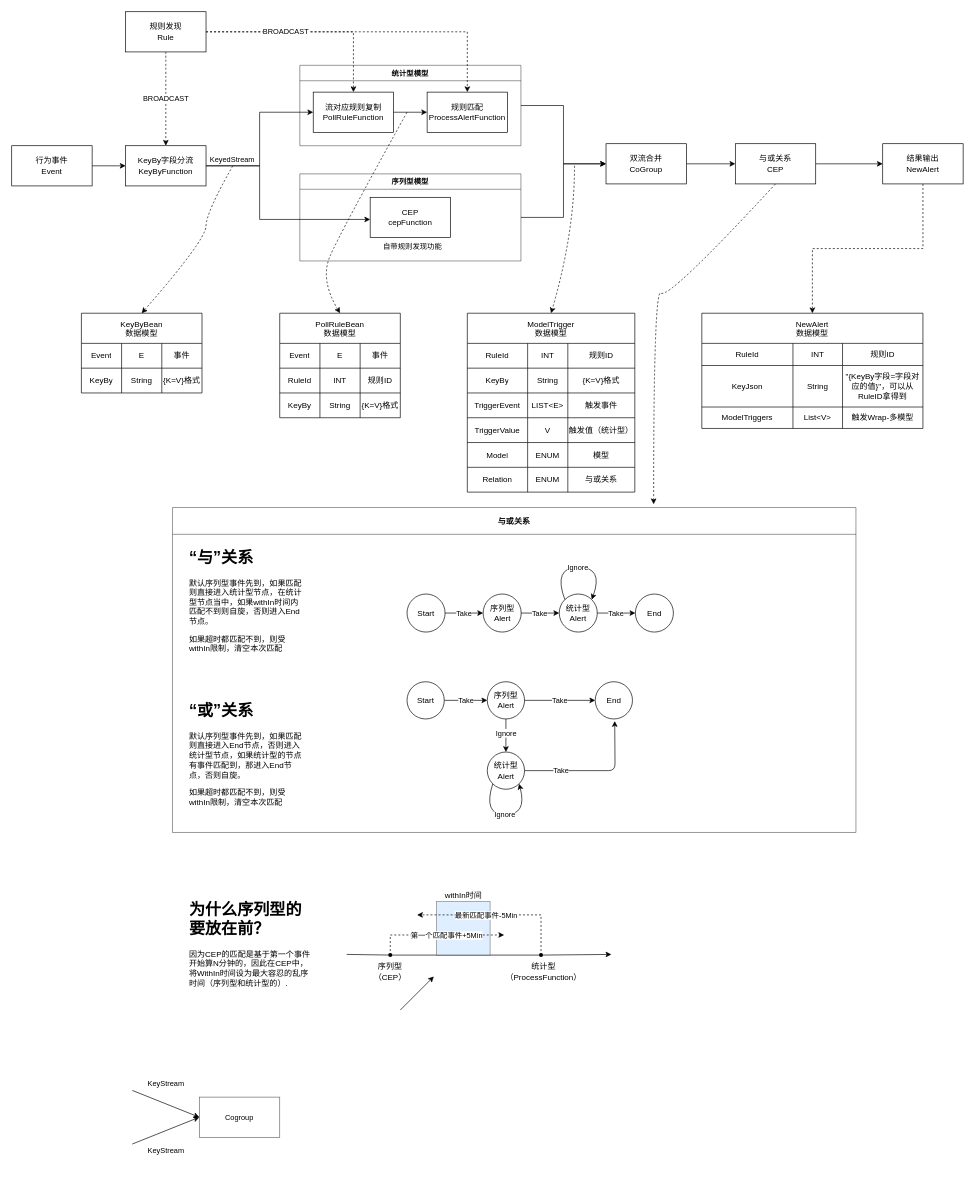
Before: cep.drawio in pengmide/draw, a draw.io diagram. Source tidied: cells renumbered, new cells numbered last; positions are measured from the earlier drawing's top-left corner, leaving out a move shared by most shapes. Both pictures are drawn from the tidied source at 67%, with x=0, y=0 at pixel (11, 11).
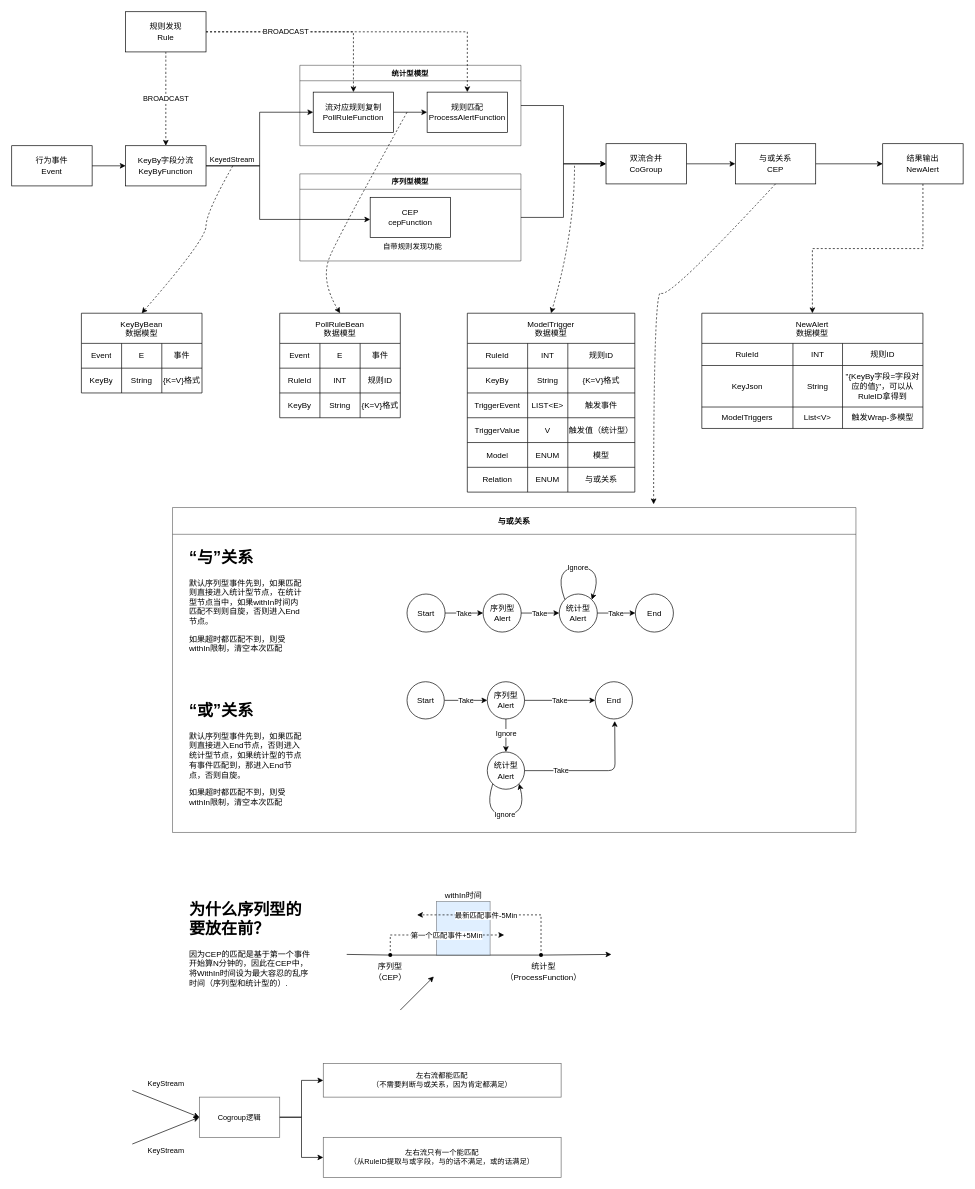
After the change.

Change to the diagram source:
```diff
@@
+    <mxCell id="141" style="edgeStyle=orthogonalEdgeStyle;rounded=0;sketch=0;jettySize=auto;html=1;labelBackgroundColor=default;fontFamily=Helvetica;fontSize=11;fontColor=default;endArrow=classic;strokeColor=default;" parent="1" edge="1" source="135" target="143">
+      <mxGeometry relative="1" as="geometry" />
+    </mxCell>
+    <mxCell id="142" style="edgeStyle=orthogonalEdgeStyle;rounded=0;sketch=0;jettySize=auto;html=1;labelBackgroundColor=default;fontFamily=Helvetica;fontSize=11;fontColor=default;endArrow=classic;strokeColor=default;" parent="1" edge="1" source="135" target="144">
+      <mxGeometry relative="1" as="geometry" />
+    </mxCell>
-    <mxCell id="135" value="Cogroup" style="rounded=0;whiteSpace=wrap;html=1;shadow=0;glass=0;labelBackgroundColor=none;labelBorderColor=none;comic=0;sketch=0;fontFamily=Helvetica;fontSize=11;fontColor=default;fillColor=none;opacity=60;" parent="1" vertex="1">
+    <mxCell id="135" value="Cogroup逻辑" style="rounded=0;whiteSpace=wrap;html=1;shadow=0;glass=0;labelBackgroundColor=none;labelBorderColor=none;comic=0;sketch=0;fontFamily=Helvetica;fontSize=11;fontColor=default;fillColor=none;opacity=60;" parent="1" vertex="1">
       <mxGeometry x="280" y="1620" width="120" height="60" as="geometry" />
     </mxCell>
@@
+    <mxCell id="143" value="左右流都能匹配&lt;br&gt;（不需要判断与或关系，因为肯定都满足）" style="rounded=0;whiteSpace=wrap;html=1;shadow=0;glass=0;labelBackgroundColor=none;labelBorderColor=none;comic=0;sketch=0;fontFamily=Helvetica;fontSize=11;fontColor=default;fillColor=none;opacity=60;" parent="1" vertex="1">
+      <mxGeometry x="465" y="1570" width="355" height="50" as="geometry" />
+    </mxCell>
+    <mxCell id="144" value="左右流只有一个能匹配&lt;br&gt;（从RuleID提取与或字段，与的话不满足，或的话满足）" style="whiteSpace=wrap;html=1;fontSize=11;fillColor=none;rounded=0;shadow=0;glass=0;labelBackgroundColor=none;labelBorderColor=none;comic=0;sketch=0;opacity=60;" parent="1" vertex="1">
+      <mxGeometry x="465" y="1680" width="355" height="60" as="geometry" />
+    </mxCell>
```
